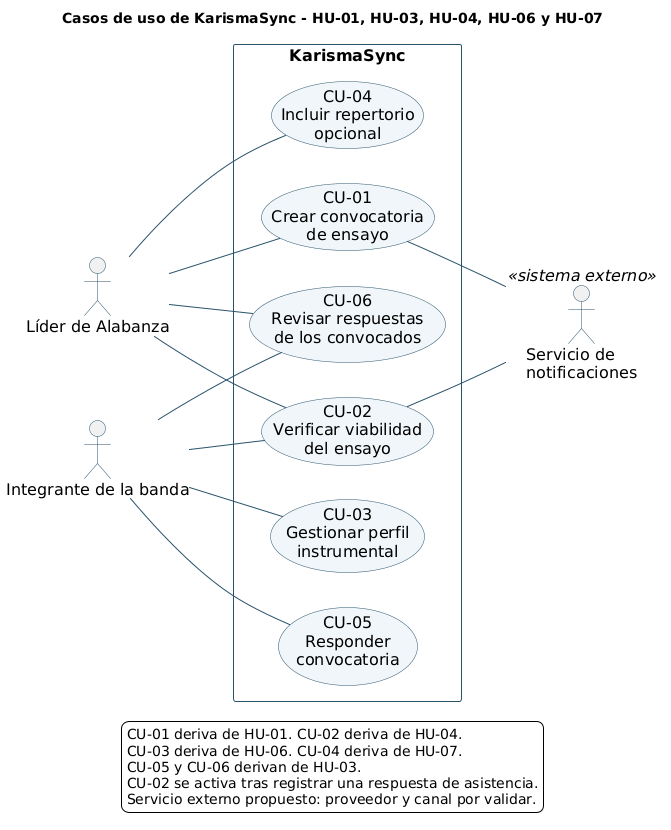
The PlantUML diagram diagramas/casos-de-uso.png in Ayiness/KarismaSync, before a commit.
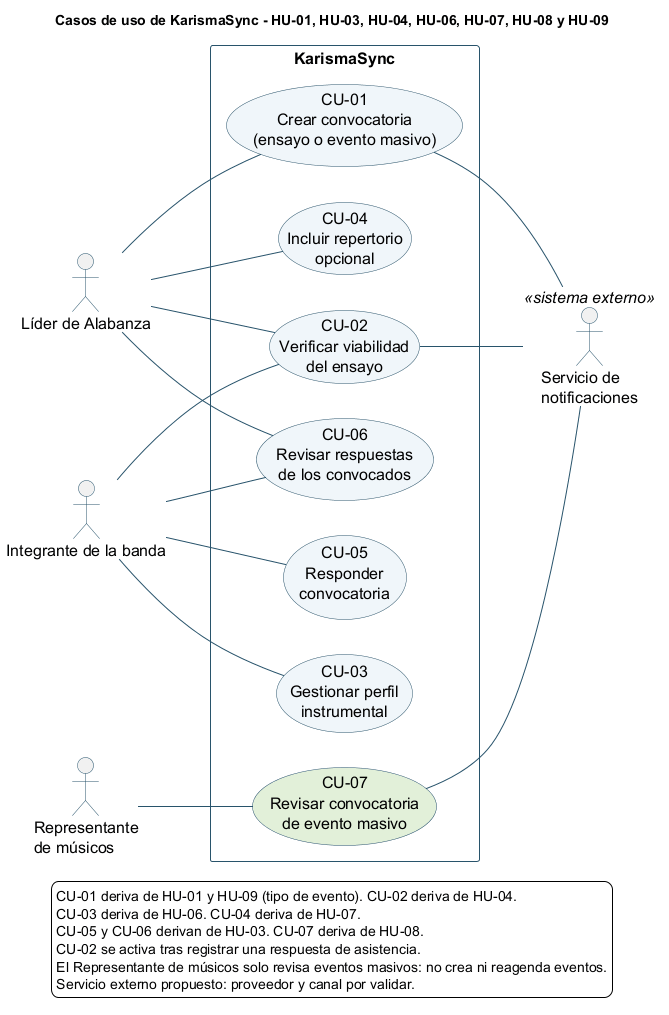
After the commit.

Diff of the diagram source:
```diff
@@ -1,5 +1,5 @@
 @startuml
-title Casos de uso de KarismaSync - HU-01, HU-03, HU-04, HU-06 y HU-07
+title Casos de uso de KarismaSync - HU-01, HU-03, HU-04, HU-06, HU-07, HU-08 y HU-09
 left to right direction
 skinparam backgroundColor white
 skinparam shadowing false
@@ -15,15 +15,17 @@
 
 actor "Líder de Alabanza" as Lider
 actor "Integrante de la banda" as Integrante
+actor "Representante\nde músicos" as Representante
 actor "Servicio de\nnotificaciones" as Notificaciones <<sistema externo>>
 
 rectangle "KarismaSync" {
-  usecase "CU-01\nCrear convocatoria\nde ensayo" as CU01
+  usecase "CU-01\nCrear convocatoria\n(ensayo o evento masivo)" as CU01
   usecase "CU-02\nVerificar viabilidad\ndel ensayo" as CU02
   usecase "CU-03\nGestionar perfil\ninstrumental" as CU03
   usecase "CU-04\nIncluir repertorio\nopcional" as CU04
   usecase "CU-05\nResponder\nconvocatoria" as CU05
   usecase "CU-06\nRevisar respuestas\nde los convocados" as CU06
+  usecase "CU-07\nRevisar convocatoria\nde evento masivo" as CU07 #E2F0D9
 }
 
 Lider -- CU01
@@ -40,11 +42,15 @@
 Lider -- CU06
 Integrante -- CU06
 
+Representante -- CU07
+CU07 -- Notificaciones
+
 legend bottom
-  CU-01 deriva de HU-01. CU-02 deriva de HU-04.
+  CU-01 deriva de HU-01 y HU-09 (tipo de evento). CU-02 deriva de HU-04.
   CU-03 deriva de HU-06. CU-04 deriva de HU-07.
-  CU-05 y CU-06 derivan de HU-03.
+  CU-05 y CU-06 derivan de HU-03. CU-07 deriva de HU-08.
   CU-02 se activa tras registrar una respuesta de asistencia.
+  El Representante de músicos solo revisa eventos masivos: no crea ni reagenda eventos.
   Servicio externo propuesto: proveedor y canal por validar.
 endlegend
 @enduml
```
